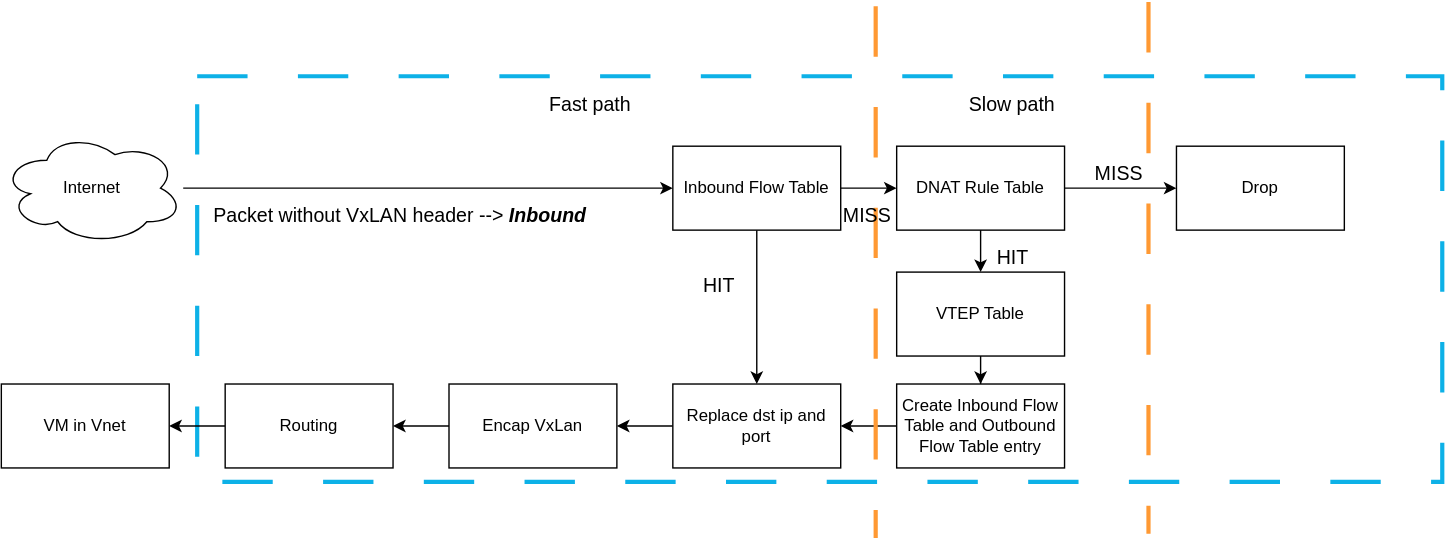
Before: documentation/nat-service/images/Figure13-generic-nat-inbound-packet-flow.svg, a diagram exported from draw.io (sonic-net/DASH). Source tidied: cells renumbered, new cells last; positions are measured from the earlier drawing's top-left corner, leaving out a move shared by most shapes.
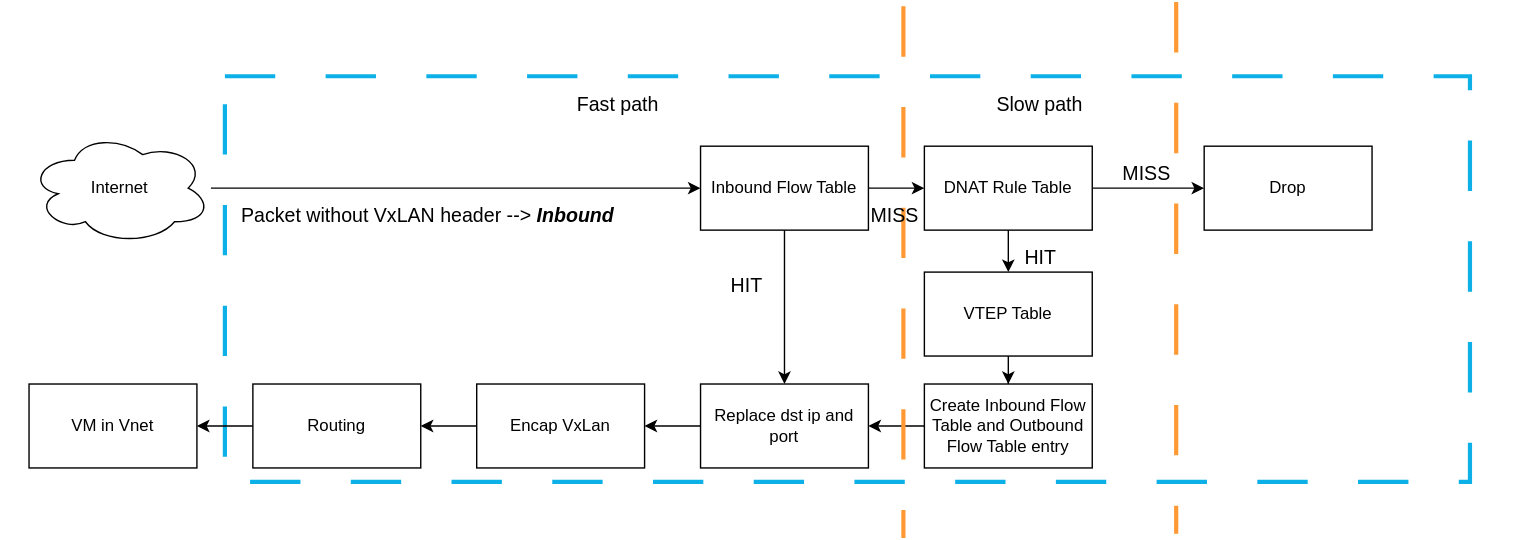
Above is the later version.

What changed in the source:
```diff
@@ -2,6 +2,9 @@
   <root>
     <mxCell id="0" />
     <mxCell id="1" parent="0" />
+    <mxCell id="32" style="rounded=0;whiteSpace=wrap;html=1;strokeColor=none;" parent="1" vertex="1">
+      <mxGeometry x="-20" y="3" width="1080" height="380" as="geometry" />
+    </mxCell>
     <mxCell id="2" style="rounded=0;whiteSpace=wrap;html=1;dashed=1;dashPattern=12 12;strokeColor=#0db1e7;strokeWidth=3;" parent="1" vertex="1">
       <mxGeometry x="140" y="53" width="890" height="290" as="geometry" />
     </mxCell>
```
